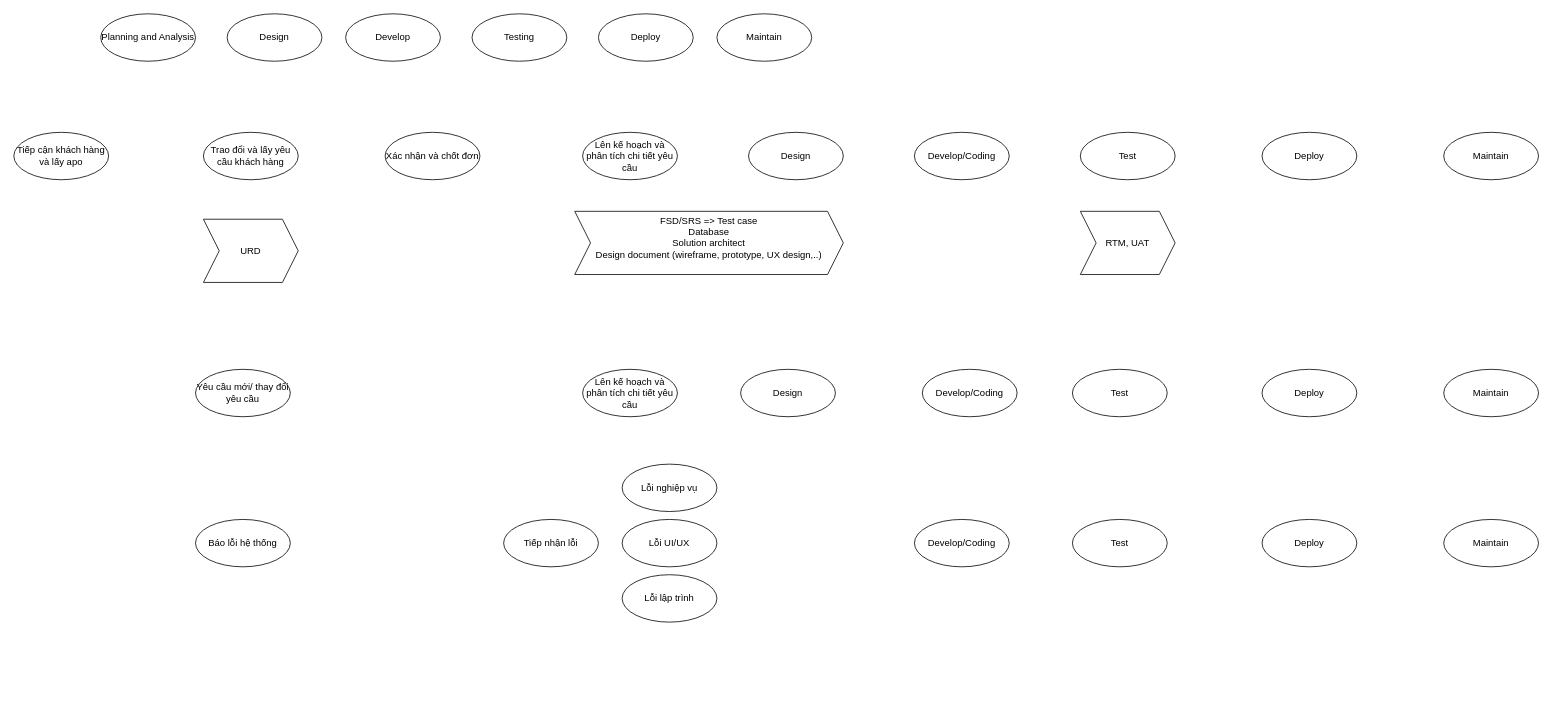
Before: [Rabiloo] Quy trình.drawio in b0bby0ne/business-analyst, a draw.io diagram. Source tidied: cells renumbered, new cells numbered last; positions are measured from the earlier drawing's top-left corner, leaving out a move shared by most shapes. Both pictures are drawn from the tidied source at 79%, with x=0, y=0 at pixel (13, 13).
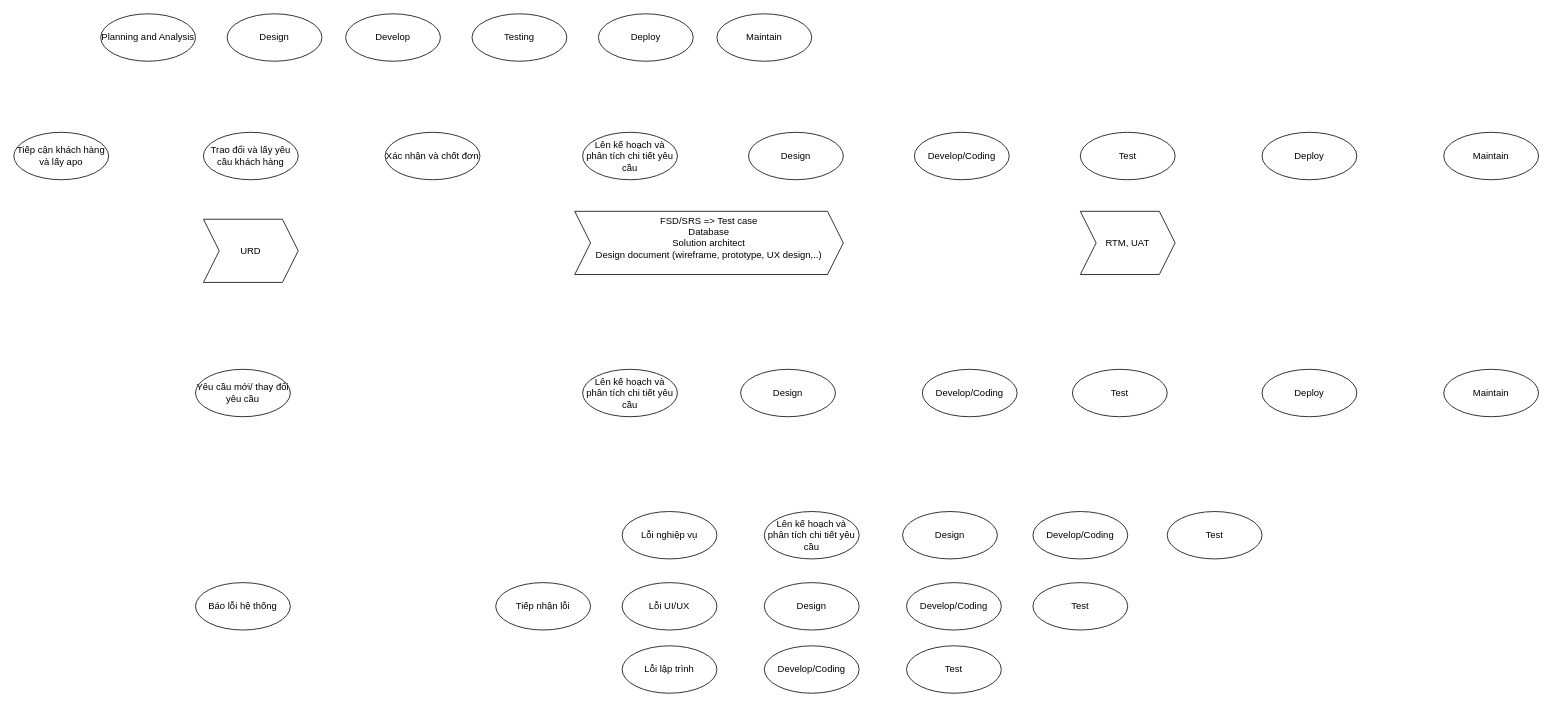
The same page after the edit.

What changed in the source:
```diff
@@
     <mxCell id="27" value="Báo lỗi hệ thống" style="ellipse;whiteSpace=wrap;html=1;" parent="1" vertex="1">
-      <mxGeometry x="230" y="640" width="120" height="60" as="geometry" />
+      <mxGeometry x="230" y="720" width="120" height="60" as="geometry" />
     </mxCell>
     <mxCell id="28" value="Tiếp nhận lỗi" style="ellipse;whiteSpace=wrap;html=1;" parent="1" vertex="1">
-      <mxGeometry x="620" y="640" width="120" height="60" as="geometry" />
+      <mxGeometry x="610" y="720" width="120" height="60" as="geometry" />
     </mxCell>
     <mxCell id="29" value="Lỗi UI/UX" style="ellipse;whiteSpace=wrap;html=1;" parent="1" vertex="1">
-      <mxGeometry x="770" y="640" width="120" height="60" as="geometry" />
+      <mxGeometry x="770" y="720" width="120" height="60" as="geometry" />
     </mxCell>
     <mxCell id="30" value="Lỗi nghiệp vụ" style="ellipse;whiteSpace=wrap;html=1;" parent="1" vertex="1">
-      <mxGeometry x="770" y="570" width="120" height="60" as="geometry" />
+      <mxGeometry x="770" y="630" width="120" height="60" as="geometry" />
     </mxCell>
     <mxCell id="31" value="Develop/Coding" style="ellipse;whiteSpace=wrap;html=1;" parent="1" vertex="1">
-      <mxGeometry x="1140" y="640" width="120" height="60" as="geometry" />
+      <mxGeometry x="1130" y="720" width="120" height="60" as="geometry" />
     </mxCell>
     <mxCell id="32" value="Test" style="ellipse;whiteSpace=wrap;html=1;" parent="1" vertex="1">
-      <mxGeometry x="1340" y="640" width="120" height="60" as="geometry" />
+      <mxGeometry x="1290" y="720" width="120" height="60" as="geometry" />
     </mxCell>
-    <mxCell id="33" value="Deploy" style="ellipse;whiteSpace=wrap;html=1;" parent="1" vertex="1">
-      <mxGeometry x="1580" y="640" width="120" height="60" as="geometry" />
-    </mxCell>
-    <mxCell id="34" value="Maintain" style="ellipse;whiteSpace=wrap;html=1;" parent="1" vertex="1">
-      <mxGeometry x="1810" y="640" width="120" height="60" as="geometry" />
-    </mxCell>
     <mxCell id="35" value="Lỗi lập trình" style="ellipse;whiteSpace=wrap;html=1;" parent="1" vertex="1">
-      <mxGeometry x="770" y="710" width="120" height="60" as="geometry" />
+      <mxGeometry x="770" y="800" width="120" height="60" as="geometry" />
     </mxCell>
+    <mxCell id="36" value="Lên kế hoạch và phân tích chi tiết yêu cầu" style="ellipse;whiteSpace=wrap;html=1;" parent="1" vertex="1">
+      <mxGeometry x="950" y="630" width="120" height="60" as="geometry" />
+    </mxCell>
+    <mxCell id="37" value="Design" style="ellipse;whiteSpace=wrap;html=1;" parent="1" vertex="1">
+      <mxGeometry x="950" y="720" width="120" height="60" as="geometry" />
+    </mxCell>
+    <mxCell id="38" value="Design" style="ellipse;whiteSpace=wrap;html=1;" parent="1" vertex="1">
+      <mxGeometry x="1125" y="630" width="120" height="60" as="geometry" />
+    </mxCell>
+    <mxCell id="39" value="Develop/Coding" style="ellipse;whiteSpace=wrap;html=1;" parent="1" vertex="1">
+      <mxGeometry x="1290" y="630" width="120" height="60" as="geometry" />
+    </mxCell>
+    <mxCell id="40" value="Test" style="ellipse;whiteSpace=wrap;html=1;" parent="1" vertex="1">
+      <mxGeometry x="1460" y="630" width="120" height="60" as="geometry" />
+    </mxCell>
+    <mxCell id="41" value="Develop/Coding" style="ellipse;whiteSpace=wrap;html=1;" parent="1" vertex="1">
+      <mxGeometry x="950" y="800" width="120" height="60" as="geometry" />
+    </mxCell>
+    <mxCell id="42" value="Test" style="ellipse;whiteSpace=wrap;html=1;" parent="1" vertex="1">
+      <mxGeometry x="1130" y="800" width="120" height="60" as="geometry" />
+    </mxCell>
```
